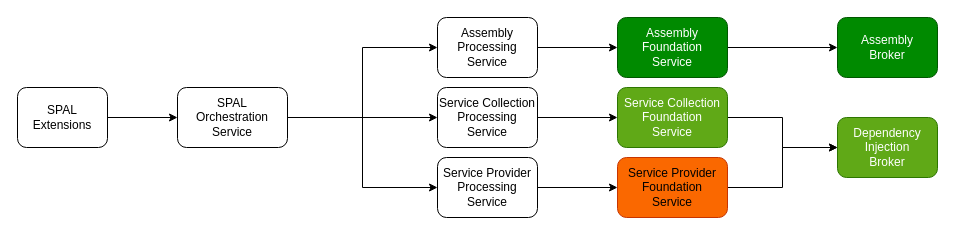
The-Standard-Organization/STX.SPAL.Core keeps this draw.io diagram as page "STX.SPAL.Core" (2 of 3) of STX.SPAL.Core/Resources/Diagrams/diagram.drawio. Above is the earlier version. Source tidied: cells renumbered, new cells numbered last; positions are measured from the earlier drawing's top-left corner, leaving out a move shared by most shapes. Both pictures are drawn from the tidied source at 100%, with x=0, y=0 at pixel (17, 17).
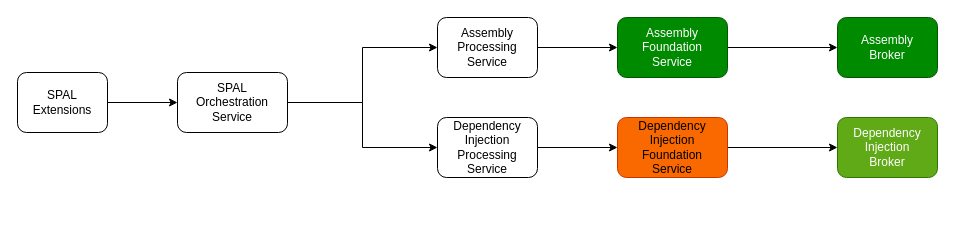
Above is the later version.

The change refers to these unchanged cells:
```xml
<mxCell id="21" value="Dependency&lt;br&gt;Injection&lt;br&gt;Broker" style="rounded=1;whiteSpace=wrap;html=1;fillColor=#60a917;fontColor=#ffffff;strokeColor=#2D7600;" parent="1" vertex="1">
  <mxGeometry x="820" y="100" width="100" height="60" as="geometry" />
</mxCell>
```

Diff of the diagram source:
```diff
@@
     <mxCell id="8" value="SPAL&lt;br&gt;Extensions" style="rounded=1;whiteSpace=wrap;html=1;" parent="1" vertex="1">
-      <mxGeometry y="70" width="90" height="60" as="geometry" />
+      <mxGeometry y="55" width="90" height="60" as="geometry" />
     </mxCell>
@@
-    <mxCell id="11" style="edgeStyle=orthogonalEdgeStyle;rounded=0;jettySize=auto;html=1;entryX=0;entryY=0.5;entryDx=0;entryDy=0;" parent="1" edge="1" source="12" target="20">
-      <mxGeometry relative="1" as="geometry" />
-    </mxCell>
     <mxCell id="12" value="SPAL&lt;br&gt;Orchestration&lt;br&gt;Service" style="rounded=1;whiteSpace=wrap;html=1;" parent="1" vertex="1">
-      <mxGeometry x="160" y="70" width="110" height="60" as="geometry" />
+      <mxGeometry x="160" y="55" width="110" height="60" as="geometry" />
     </mxCell>
@@
-    <mxCell id="14" value="Service Provider&lt;br&gt;Foundation&lt;br&gt;Service" style="rounded=1;whiteSpace=wrap;html=1;fillColor=#fa6800;fontColor=#000000;strokeColor=#C73500;" parent="1" vertex="1">
-      <mxGeometry x="600" y="140" width="110" height="60" as="geometry" />
+    <mxCell id="14" value="Dependency Injection Foundation&lt;br&gt;Service" style="rounded=1;whiteSpace=wrap;html=1;fillColor=#fa6800;fontColor=#000000;strokeColor=#C73500;" parent="1" vertex="1">
+      <mxGeometry x="600" y="100" width="110" height="60" as="geometry" />
     </mxCell>
@@
-    <mxCell id="16" value="Service Provider&lt;br&gt;Processing&lt;br&gt;Service" style="rounded=1;whiteSpace=wrap;html=1;" parent="1" vertex="1">
-      <mxGeometry x="420" y="140" width="100" height="60" as="geometry" />
+    <mxCell id="16" value="Dependency Injection Processing&lt;br&gt;Service" style="rounded=1;whiteSpace=wrap;html=1;" parent="1" vertex="1">
+      <mxGeometry x="420" y="100" width="100" height="60" as="geometry" />
     </mxCell>
-    <mxCell id="17" style="edgeStyle=orthogonalEdgeStyle;rounded=0;jettySize=auto;html=1;entryX=0;entryY=0.5;entryDx=0;entryDy=0;" parent="1" edge="1" source="18" target="21">
-      <mxGeometry relative="1" as="geometry" />
-    </mxCell>
-    <mxCell id="18" value="Service Collection&lt;br&gt;Foundation&lt;br&gt;Service" style="rounded=1;whiteSpace=wrap;html=1;fillColor=#60a917;fontColor=#ffffff;strokeColor=#2D7600;" parent="1" vertex="1">
-      <mxGeometry x="600" y="70" width="110" height="60" as="geometry" />
-    </mxCell>
-    <mxCell id="19" style="edgeStyle=orthogonalEdgeStyle;rounded=0;jettySize=auto;html=1;" parent="1" edge="1" source="20" target="18">
-      <mxGeometry relative="1" as="geometry" />
-    </mxCell>
-    <mxCell id="20" value="Service Collection&lt;br&gt;Processing&lt;br&gt;Service" style="rounded=1;whiteSpace=wrap;html=1;" parent="1" vertex="1">
-      <mxGeometry x="420" y="70" width="100" height="60" as="geometry" />
-    </mxCell>
```
